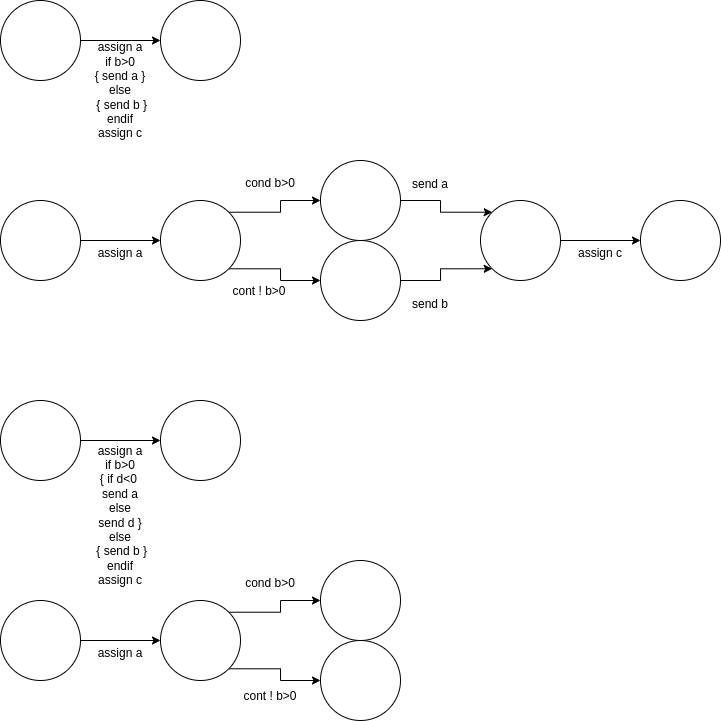
Earlier version of the draw.io export docs/source/graphics/scxml_if_handling.drawio.png (convince-project/AS2FM). Source tidied: cells renumbered, new cells last; positions are measured from the earlier drawing's top-left corner, leaving out a move shared by most shapes.
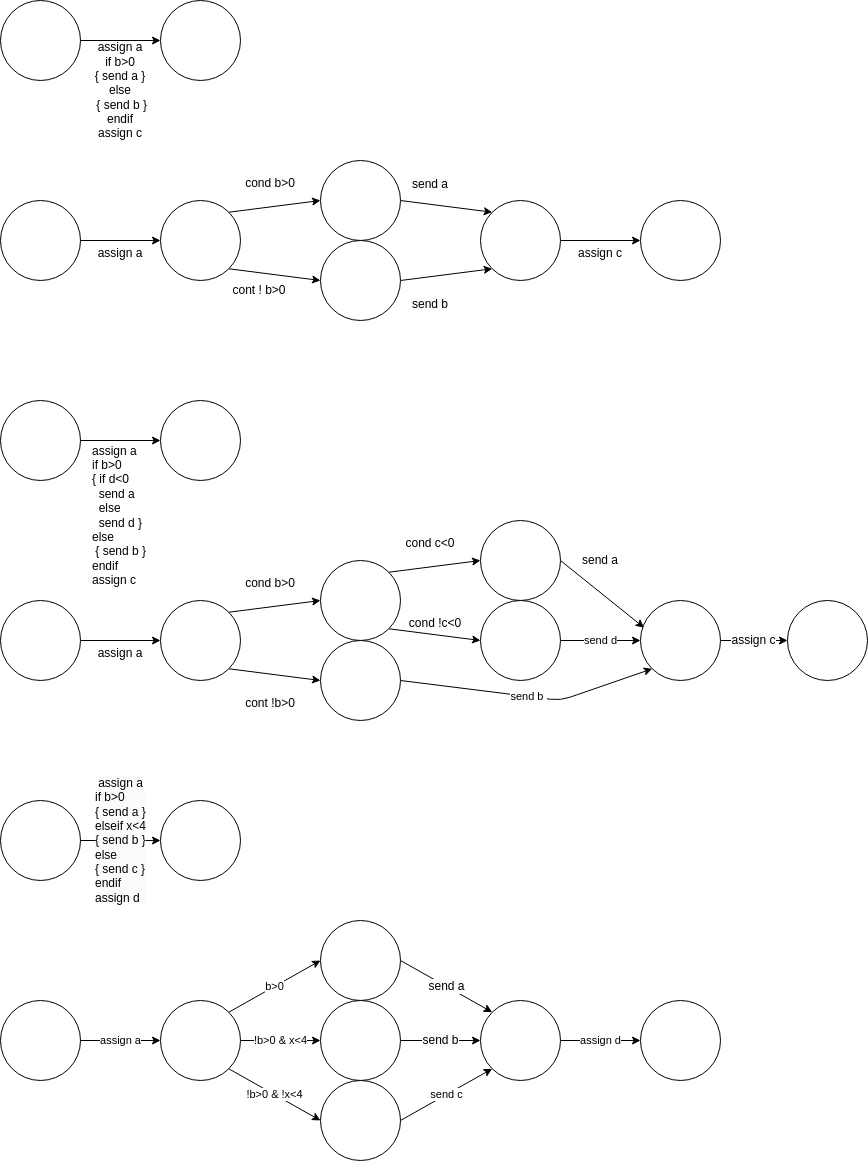
Later version of the same file.

Diff of the diagram source:
```diff
@@ -17,10 +17,10 @@
     <mxCell id="6" style="ellipse;whiteSpace=wrap;html=1;" parent="1" vertex="1">
       <mxGeometry y="200" width="80" height="80" as="geometry" />
     </mxCell>
-    <mxCell id="7" style="edgeStyle=orthogonalEdgeStyle;rounded=0;jettySize=auto;html=1;exitX=1;exitY=1;exitDx=0;exitDy=0;entryX=0;entryY=0.5;entryDx=0;entryDy=0;" parent="1" edge="1" source="9" target="29">
+    <mxCell id="7" style="rounded=0;jettySize=auto;html=1;exitX=1;exitY=1;exitDx=0;exitDy=0;entryX=0;entryY=0.5;entryDx=0;entryDy=0;" parent="1" edge="1" source="9" target="29">
       <mxGeometry relative="1" as="geometry" />
     </mxCell>
-    <mxCell id="8" style="edgeStyle=orthogonalEdgeStyle;rounded=0;jettySize=auto;html=1;exitX=1;exitY=0;exitDx=0;exitDy=0;entryX=0;entryY=0.5;entryDx=0;entryDy=0;" parent="1" edge="1" source="9" target="26">
+    <mxCell id="8" style="rounded=0;jettySize=auto;html=1;exitX=1;exitY=0;exitDx=0;exitDy=0;entryX=0;entryY=0.5;entryDx=0;entryDy=0;" parent="1" edge="1" source="9" target="26">
       <mxGeometry relative="1" as="geometry" />
     </mxCell>
     <mxCell id="9" style="ellipse;whiteSpace=wrap;html=1;" parent="1" vertex="1">
@@ -56,7 +56,7 @@
     <mxCell id="18" style="ellipse;whiteSpace=wrap;html=1;" parent="1" vertex="1">
       <mxGeometry x="160" y="400" width="80" height="80" as="geometry" />
     </mxCell>
-    <mxCell id="19" value="assign a&lt;div&gt;if b&amp;gt;0&lt;/div&gt;&lt;div&gt;{ if d&amp;lt;0&amp;nbsp;&lt;/div&gt;&lt;div&gt;send a&lt;/div&gt;&lt;div&gt;else&lt;/div&gt;&lt;div&gt;send d }&lt;/div&gt;&lt;div&gt;else&lt;/div&gt;&lt;div&gt;&amp;nbsp;{ send b }&lt;/div&gt;&lt;div&gt;endif&lt;/div&gt;&lt;div&gt;assign c&lt;/div&gt;" style="text;html=1;align=center;verticalAlign=middle;whiteSpace=wrap;rounded=0;" parent="1" vertex="1">
+    <mxCell id="19" value="assign a&lt;div&gt;if b&amp;gt;0&lt;/div&gt;&lt;div&gt;{ if d&amp;lt;0&amp;nbsp;&lt;/div&gt;&lt;div&gt;&amp;nbsp; send a&lt;/div&gt;&lt;div&gt;&amp;nbsp; else&lt;/div&gt;&lt;div&gt;&amp;nbsp; send d }&lt;/div&gt;&lt;div&gt;else&lt;/div&gt;&lt;div&gt;&amp;nbsp;{ send b }&lt;/div&gt;&lt;div&gt;endif&lt;/div&gt;&lt;div&gt;assign c&lt;/div&gt;" style="text;html=1;align=left;verticalAlign=middle;whiteSpace=wrap;rounded=0;" parent="1" vertex="1">
       <mxGeometry x="90" y="440" width="60" height="150" as="geometry" />
     </mxCell>
     <mxCell id="20" style="edgeStyle=orthogonalEdgeStyle;rounded=0;jettySize=auto;html=1;exitX=1;exitY=0.5;exitDx=0;exitDy=0;entryX=0;entryY=0.5;entryDx=0;entryDy=0;" parent="1" edge="1" source="21" target="35">
@@ -71,10 +71,10 @@
     <mxCell id="23" value="&lt;div&gt;cond b&amp;gt;0&lt;/div&gt;" style="text;html=1;align=center;verticalAlign=middle;whiteSpace=wrap;rounded=0;" parent="1" vertex="1">
       <mxGeometry x="240" y="565" width="60" height="35" as="geometry" />
     </mxCell>
-    <mxCell id="24" value="&lt;div&gt;cont ! b&amp;gt;0&lt;/div&gt;&lt;div&gt;&lt;br&gt;&lt;/div&gt;" style="text;html=1;align=center;verticalAlign=middle;whiteSpace=wrap;rounded=0;" parent="1" vertex="1">
+    <mxCell id="24" value="&lt;div&gt;cont !b&amp;gt;0&lt;/div&gt;" style="text;html=1;align=center;verticalAlign=middle;whiteSpace=wrap;rounded=0;" parent="1" vertex="1">
       <mxGeometry x="235" y="685" width="70" height="35" as="geometry" />
     </mxCell>
-    <mxCell id="25" style="edgeStyle=orthogonalEdgeStyle;rounded=0;jettySize=auto;html=1;exitX=1;exitY=0.5;exitDx=0;exitDy=0;entryX=0;entryY=0;entryDx=0;entryDy=0;" parent="1" edge="1" source="26" target="13">
+    <mxCell id="25" style="rounded=0;jettySize=auto;html=1;exitX=1;exitY=0.5;exitDx=0;exitDy=0;entryX=0;entryY=0;entryDx=0;entryDy=0;" parent="1" edge="1" source="26" target="13">
       <mxGeometry relative="1" as="geometry" />
     </mxCell>
     <mxCell id="26" style="ellipse;whiteSpace=wrap;html=1;" parent="1" vertex="1">
@@ -83,7 +83,7 @@
     <mxCell id="27" value="&lt;span style=&quot;color: rgb(0, 0, 0); font-family: Helvetica; font-size: 12px; font-style: normal; font-variant-ligatures: normal; font-variant-caps: normal; font-weight: 400; letter-spacing: normal; orphans: 2; text-align: center; text-indent: 0px; text-transform: none; widows: 2; word-spacing: 0px; -webkit-text-stroke-width: 0px; white-space: normal; background-color: rgb(251, 251, 251); text-decoration-thickness: initial; text-decoration-style: initial; text-decoration-color: initial; display: inline !important; float: none;&quot;&gt;send a&lt;/span&gt;" style="text;whiteSpace=wrap;html=1;" parent="1" vertex="1">
       <mxGeometry x="410" y="170" width="70" height="40" as="geometry" />
     </mxCell>
-    <mxCell id="28" style="edgeStyle=orthogonalEdgeStyle;rounded=0;jettySize=auto;html=1;exitX=1;exitY=0.5;exitDx=0;exitDy=0;entryX=0;entryY=1;entryDx=0;entryDy=0;" parent="1" edge="1" source="29" target="13">
+    <mxCell id="28" style="rounded=0;jettySize=auto;html=1;exitX=1;exitY=0.5;exitDx=0;exitDy=0;entryX=0;entryY=1;entryDx=0;entryDy=0;" parent="1" edge="1" source="29" target="13">
       <mxGeometry relative="1" as="geometry" />
     </mxCell>
     <mxCell id="29" style="ellipse;whiteSpace=wrap;html=1;" parent="1" vertex="1">
@@ -98,20 +98,120 @@
     <mxCell id="32" style="ellipse;whiteSpace=wrap;html=1;" parent="1" vertex="1">
       <mxGeometry x="640" y="200" width="80" height="80" as="geometry" />
     </mxCell>
-    <mxCell id="33" style="edgeStyle=orthogonalEdgeStyle;rounded=0;jettySize=auto;html=1;exitX=1;exitY=0;exitDx=0;exitDy=0;entryX=0;entryY=0.5;entryDx=0;entryDy=0;" parent="1" edge="1" source="35" target="36">
+    <mxCell id="33" style="rounded=0;jettySize=auto;html=1;exitX=1;exitY=0;exitDx=0;exitDy=0;entryX=0;entryY=0.5;entryDx=0;entryDy=0;" parent="1" edge="1" source="35" target="36">
       <mxGeometry relative="1" as="geometry" />
     </mxCell>
-    <mxCell id="34" style="edgeStyle=orthogonalEdgeStyle;rounded=0;jettySize=auto;html=1;exitX=1;exitY=1;exitDx=0;exitDy=0;entryX=0;entryY=0.5;entryDx=0;entryDy=0;" parent="1" edge="1" source="35" target="37">
+    <mxCell id="34" style="rounded=0;jettySize=auto;html=1;exitX=1;exitY=1;exitDx=0;exitDy=0;entryX=0;entryY=0.5;entryDx=0;entryDy=0;" parent="1" edge="1" source="35" target="37">
       <mxGeometry relative="1" as="geometry" />
     </mxCell>
     <mxCell id="35" style="ellipse;whiteSpace=wrap;html=1;" parent="1" vertex="1">
       <mxGeometry x="160" y="600" width="80" height="80" as="geometry" />
     </mxCell>
+    <mxCell id="38" style="edgeStyle=none;html=1;exitX=1;exitY=0;exitDx=0;exitDy=0;entryX=0;entryY=0.5;entryDx=0;entryDy=0;" parent="1" edge="1" source="36" target="42">
+      <mxGeometry relative="1" as="geometry" />
+    </mxCell>
+    <mxCell id="39" style="edgeStyle=none;html=1;exitX=1;exitY=1;exitDx=0;exitDy=0;entryX=0;entryY=0.5;entryDx=0;entryDy=0;" parent="1" edge="1" source="36" target="44">
+      <mxGeometry relative="1" as="geometry" />
+    </mxCell>
     <mxCell id="36" style="ellipse;whiteSpace=wrap;html=1;" parent="1" vertex="1">
       <mxGeometry x="320" y="560" width="80" height="80" as="geometry" />
     </mxCell>
+    <mxCell id="40" value="send b&amp;nbsp;" style="edgeStyle=none;html=1;exitX=1;exitY=0.5;exitDx=0;exitDy=0;entryX=0;entryY=1;entryDx=0;entryDy=0;" parent="1" edge="1" source="37" target="49">
+      <mxGeometry relative="1" as="geometry">
+        <Array as="points">
+          <mxPoint x="560" y="700" />
+        </Array>
+      </mxGeometry>
+    </mxCell>
     <mxCell id="37" style="ellipse;whiteSpace=wrap;html=1;" parent="1" vertex="1">
       <mxGeometry x="320" y="640" width="80" height="80" as="geometry" />
     </mxCell>
+    <mxCell id="41" style="edgeStyle=none;html=1;exitX=1;exitY=0.5;exitDx=0;exitDy=0;entryX=0.045;entryY=0.34;entryDx=0;entryDy=0;entryPerimeter=0;" parent="1" edge="1" source="42" target="49">
+      <mxGeometry relative="1" as="geometry" />
+    </mxCell>
+    <mxCell id="42" style="ellipse;whiteSpace=wrap;html=1;" parent="1" vertex="1">
+      <mxGeometry x="480" y="520" width="80" height="80" as="geometry" />
+    </mxCell>
+    <mxCell id="43" value="send d" style="edgeStyle=none;html=1;" parent="1" edge="1" source="44" target="49">
+      <mxGeometry relative="1" as="geometry" />
+    </mxCell>
+    <mxCell id="44" style="ellipse;whiteSpace=wrap;html=1;" parent="1" vertex="1">
+      <mxGeometry x="480" y="600" width="80" height="80" as="geometry" />
+    </mxCell>
+    <mxCell id="45" value="&lt;div&gt;cond c&amp;lt;0&lt;/div&gt;" style="text;html=1;align=center;verticalAlign=middle;whiteSpace=wrap;rounded=0;" parent="1" vertex="1">
+      <mxGeometry x="400" y="525" width="60" height="35" as="geometry" />
+    </mxCell>
+    <mxCell id="46" value="&lt;div&gt;cond !c&amp;lt;0&lt;/div&gt;" style="text;html=1;align=center;verticalAlign=middle;whiteSpace=wrap;rounded=0;" parent="1" vertex="1">
+      <mxGeometry x="405" y="605" width="60" height="35" as="geometry" />
+    </mxCell>
+    <mxCell id="47" value="&lt;div&gt;send a&lt;/div&gt;" style="text;html=1;align=center;verticalAlign=middle;whiteSpace=wrap;rounded=0;" parent="1" vertex="1">
+      <mxGeometry x="570" y="542.5" width="60" height="35" as="geometry" />
+    </mxCell>
+    <mxCell id="48" value="&lt;span style=&quot;color: rgb(0, 0, 0); font-family: Helvetica; font-size: 12px; font-style: normal; font-variant-ligatures: normal; font-variant-caps: normal; font-weight: 400; letter-spacing: normal; orphans: 2; text-align: left; text-indent: 0px; text-transform: none; widows: 2; word-spacing: 0px; -webkit-text-stroke-width: 0px; background-color: rgb(251, 251, 251); text-decoration-thickness: initial; text-decoration-style: initial; text-decoration-color: initial; float: none; display: inline !important;&quot;&gt;assign c&lt;/span&gt;" style="edgeStyle=none;html=1;" parent="1" edge="1" source="49" target="50">
+      <mxGeometry relative="1" as="geometry" />
+    </mxCell>
+    <mxCell id="49" style="ellipse;whiteSpace=wrap;html=1;" parent="1" vertex="1">
+      <mxGeometry x="640" y="600" width="80" height="80" as="geometry" />
+    </mxCell>
+    <mxCell id="50" style="ellipse;whiteSpace=wrap;html=1;" parent="1" vertex="1">
+      <mxGeometry x="787" y="600" width="80" height="80" as="geometry" />
+    </mxCell>
+    <mxCell id="51" style="ellipse;whiteSpace=wrap;html=1;" parent="1" vertex="1">
+      <mxGeometry y="800" width="80" height="80" as="geometry" />
+    </mxCell>
+    <mxCell id="52" value="&lt;span style=&quot;color: rgb(0, 0, 0); font-family: Helvetica; font-size: 12px; font-style: normal; font-variant-ligatures: normal; font-variant-caps: normal; font-weight: 400; letter-spacing: normal; orphans: 2; text-align: left; text-indent: 0px; text-transform: none; widows: 2; word-spacing: 0px; -webkit-text-stroke-width: 0px; background-color: rgb(251, 251, 251); text-decoration-thickness: initial; text-decoration-style: initial; text-decoration-color: initial; float: none; display: inline !important;&quot;&gt;assign a&lt;/span&gt;&lt;div style=&quot;border-color: var(--border-color); color: rgb(0, 0, 0); font-family: Helvetica; font-size: 12px; font-style: normal; font-variant-ligatures: normal; font-variant-caps: normal; font-weight: 400; letter-spacing: normal; orphans: 2; text-align: left; text-indent: 0px; text-transform: none; widows: 2; word-spacing: 0px; -webkit-text-stroke-width: 0px; background-color: rgb(251, 251, 251); text-decoration-thickness: initial; text-decoration-style: initial; text-decoration-color: initial;&quot;&gt;if b&amp;gt;0&lt;/div&gt;&lt;div style=&quot;border-color: var(--border-color); color: rgb(0, 0, 0); font-family: Helvetica; font-size: 12px; font-style: normal; font-variant-ligatures: normal; font-variant-caps: normal; font-weight: 400; letter-spacing: normal; orphans: 2; text-align: left; text-indent: 0px; text-transform: none; widows: 2; word-spacing: 0px; -webkit-text-stroke-width: 0px; background-color: rgb(251, 251, 251); text-decoration-thickness: initial; text-decoration-style: initial; text-decoration-color: initial;&quot;&gt;{ send a }&lt;/div&gt;&lt;div style=&quot;border-color: var(--border-color); color: rgb(0, 0, 0); font-family: Helvetica; font-size: 12px; font-style: normal; font-variant-ligatures: normal; font-variant-caps: normal; font-weight: 400; letter-spacing: normal; orphans: 2; text-align: left; text-indent: 0px; text-transform: none; widows: 2; word-spacing: 0px; -webkit-text-stroke-width: 0px; background-color: rgb(251, 251, 251); text-decoration-thickness: initial; text-decoration-style: initial; text-decoration-color: initial;&quot;&gt;elseif x&amp;lt;4&lt;/div&gt;&lt;div style=&quot;border-color: var(--border-color); color: rgb(0, 0, 0); font-family: Helvetica; font-size: 12px; font-style: normal; font-variant-ligatures: normal; font-variant-caps: normal; font-weight: 400; letter-spacing: normal; orphans: 2; text-align: left; text-indent: 0px; text-transform: none; widows: 2; word-spacing: 0px; -webkit-text-stroke-width: 0px; background-color: rgb(251, 251, 251); text-decoration-thickness: initial; text-decoration-style: initial; text-decoration-color: initial;&quot;&gt;{ send b }&lt;/div&gt;&lt;div style=&quot;border-color: var(--border-color); color: rgb(0, 0, 0); font-family: Helvetica; font-size: 12px; font-style: normal; font-variant-ligatures: normal; font-variant-caps: normal; font-weight: 400; letter-spacing: normal; orphans: 2; text-align: left; text-indent: 0px; text-transform: none; widows: 2; word-spacing: 0px; -webkit-text-stroke-width: 0px; background-color: rgb(251, 251, 251); text-decoration-thickness: initial; text-decoration-style: initial; text-decoration-color: initial;&quot;&gt;else&lt;/div&gt;&lt;div style=&quot;border-color: var(--border-color); color: rgb(0, 0, 0); font-family: Helvetica; font-size: 12px; font-style: normal; font-variant-ligatures: normal; font-variant-caps: normal; font-weight: 400; letter-spacing: normal; orphans: 2; text-align: left; text-indent: 0px; text-transform: none; widows: 2; word-spacing: 0px; -webkit-text-stroke-width: 0px; background-color: rgb(251, 251, 251); text-decoration-thickness: initial; text-decoration-style: initial; text-decoration-color: initial;&quot;&gt;{ send c }&lt;/div&gt;&lt;div style=&quot;border-color: var(--border-color); color: rgb(0, 0, 0); font-family: Helvetica; font-size: 12px; font-style: normal; font-variant-ligatures: normal; font-variant-caps: normal; font-weight: 400; letter-spacing: normal; orphans: 2; text-align: left; text-indent: 0px; text-transform: none; widows: 2; word-spacing: 0px; -webkit-text-stroke-width: 0px; background-color: rgb(251, 251, 251); text-decoration-thickness: initial; text-decoration-style: initial; text-decoration-color: initial;&quot;&gt;endif&lt;/div&gt;&lt;div style=&quot;border-color: var(--border-color); color: rgb(0, 0, 0); font-family: Helvetica; font-size: 12px; font-style: normal; font-variant-ligatures: normal; font-variant-caps: normal; font-weight: 400; letter-spacing: normal; orphans: 2; text-align: left; text-indent: 0px; text-transform: none; widows: 2; word-spacing: 0px; -webkit-text-stroke-width: 0px; background-color: rgb(251, 251, 251); text-decoration-thickness: initial; text-decoration-style: initial; text-decoration-color: initial;&quot;&gt;assign d&lt;/div&gt;" style="endArrow=classic;html=1;rounded=0;exitX=1;exitY=0.5;exitDx=0;exitDy=0;" parent="1" edge="1" source="51" target="53">
+      <mxGeometry relative="1" as="geometry" />
+    </mxCell>
+    <mxCell id="53" style="ellipse;whiteSpace=wrap;html=1;" parent="1" vertex="1">
+      <mxGeometry x="160" y="800" width="80" height="80" as="geometry" />
+    </mxCell>
+    <mxCell id="54" style="ellipse;whiteSpace=wrap;html=1;" parent="1" vertex="1">
+      <mxGeometry y="1000" width="80" height="80" as="geometry" />
+    </mxCell>
+    <mxCell id="55" value="!b&amp;gt;0 &amp;amp; x&amp;lt;4" style="rounded=0;jettySize=auto;html=1;exitX=1;exitY=0.5;exitDx=0;exitDy=0;entryX=0;entryY=0.5;entryDx=0;entryDy=0;" parent="1" edge="1" source="58" target="65">
+      <mxGeometry relative="1" as="geometry" />
+    </mxCell>
+    <mxCell id="56" value="b&amp;gt;0" style="rounded=0;jettySize=auto;html=1;exitX=1;exitY=0;exitDx=0;exitDy=0;entryX=0;entryY=0.5;entryDx=0;entryDy=0;" parent="1" edge="1" source="58" target="63">
+      <mxGeometry relative="1" as="geometry" />
+    </mxCell>
+    <mxCell id="57" value="!b&amp;gt;0 &amp;amp; !x&amp;lt;4" style="edgeStyle=none;html=1;exitX=1;exitY=1;exitDx=0;exitDy=0;entryX=0;entryY=0.5;entryDx=0;entryDy=0;" parent="1" edge="1" source="58" target="68">
+      <mxGeometry relative="1" as="geometry" />
+    </mxCell>
+    <mxCell id="58" style="ellipse;whiteSpace=wrap;html=1;" parent="1" vertex="1">
+      <mxGeometry x="160" y="1000" width="80" height="80" as="geometry" />
+    </mxCell>
+    <mxCell id="59" value="assign a" style="endArrow=classic;html=1;rounded=0;exitX=1;exitY=0.5;exitDx=0;exitDy=0;" parent="1" edge="1">
+      <mxGeometry relative="1" as="geometry">
+        <mxPoint x="80" y="1040" as="sourcePoint" />
+        <mxPoint x="160" y="1040" as="targetPoint" />
+      </mxGeometry>
+    </mxCell>
+    <mxCell id="60" value="assign d" style="edgeStyle=orthogonalEdgeStyle;rounded=0;jettySize=auto;html=1;exitX=1;exitY=0.5;exitDx=0;exitDy=0;entryX=0;entryY=0.5;entryDx=0;entryDy=0;" parent="1" edge="1" source="61" target="66">
+      <mxGeometry relative="1" as="geometry" />
+    </mxCell>
+    <mxCell id="61" style="ellipse;whiteSpace=wrap;html=1;" parent="1" vertex="1">
+      <mxGeometry x="480" y="1000" width="80" height="80" as="geometry" />
+    </mxCell>
+    <mxCell id="62" value="&lt;span style=&quot;color: rgb(0, 0, 0); font-family: Helvetica; font-size: 12px; font-style: normal; font-variant-ligatures: normal; font-variant-caps: normal; font-weight: 400; letter-spacing: normal; orphans: 2; text-align: center; text-indent: 0px; text-transform: none; widows: 2; word-spacing: 0px; -webkit-text-stroke-width: 0px; background-color: rgb(251, 251, 251); text-decoration-thickness: initial; text-decoration-style: initial; text-decoration-color: initial; float: none; display: inline !important;&quot;&gt;send a&lt;/span&gt;" style="rounded=0;jettySize=auto;html=1;exitX=1;exitY=0.5;exitDx=0;exitDy=0;entryX=0;entryY=0;entryDx=0;entryDy=0;" parent="1" edge="1" source="63" target="61">
+      <mxGeometry relative="1" as="geometry" />
+    </mxCell>
+    <mxCell id="63" style="ellipse;whiteSpace=wrap;html=1;" parent="1" vertex="1">
+      <mxGeometry x="320" y="920" width="80" height="80" as="geometry" />
+    </mxCell>
+    <mxCell id="64" value="&lt;span style=&quot;color: rgb(0, 0, 0); font-family: Helvetica; font-size: 12px; font-style: normal; font-variant-ligatures: normal; font-variant-caps: normal; font-weight: 400; letter-spacing: normal; orphans: 2; text-align: center; text-indent: 0px; text-transform: none; widows: 2; word-spacing: 0px; -webkit-text-stroke-width: 0px; background-color: rgb(251, 251, 251); text-decoration-thickness: initial; text-decoration-style: initial; text-decoration-color: initial; float: none; display: inline !important;&quot;&gt;send b&lt;/span&gt;" style="rounded=0;jettySize=auto;html=1;exitX=1;exitY=0.5;exitDx=0;exitDy=0;entryX=0;entryY=0.5;entryDx=0;entryDy=0;" parent="1" edge="1" source="65" target="61">
+      <mxGeometry relative="1" as="geometry" />
+    </mxCell>
+    <mxCell id="65" style="ellipse;whiteSpace=wrap;html=1;" parent="1" vertex="1">
+      <mxGeometry x="320" y="1000" width="80" height="80" as="geometry" />
+    </mxCell>
+    <mxCell id="66" style="ellipse;whiteSpace=wrap;html=1;" parent="1" vertex="1">
+      <mxGeometry x="640" y="1000" width="80" height="80" as="geometry" />
+    </mxCell>
+    <mxCell id="67" value="send c" style="edgeStyle=none;html=1;exitX=1;exitY=0.5;exitDx=0;exitDy=0;entryX=0;entryY=1;entryDx=0;entryDy=0;" parent="1" edge="1" source="68" target="61">
+      <mxGeometry relative="1" as="geometry" />
+    </mxCell>
+    <mxCell id="68" style="ellipse;whiteSpace=wrap;html=1;" parent="1" vertex="1">
+      <mxGeometry x="320" y="1080" width="80" height="80" as="geometry" />
+    </mxCell>
   </root>
 </mxGraphModel>
```
